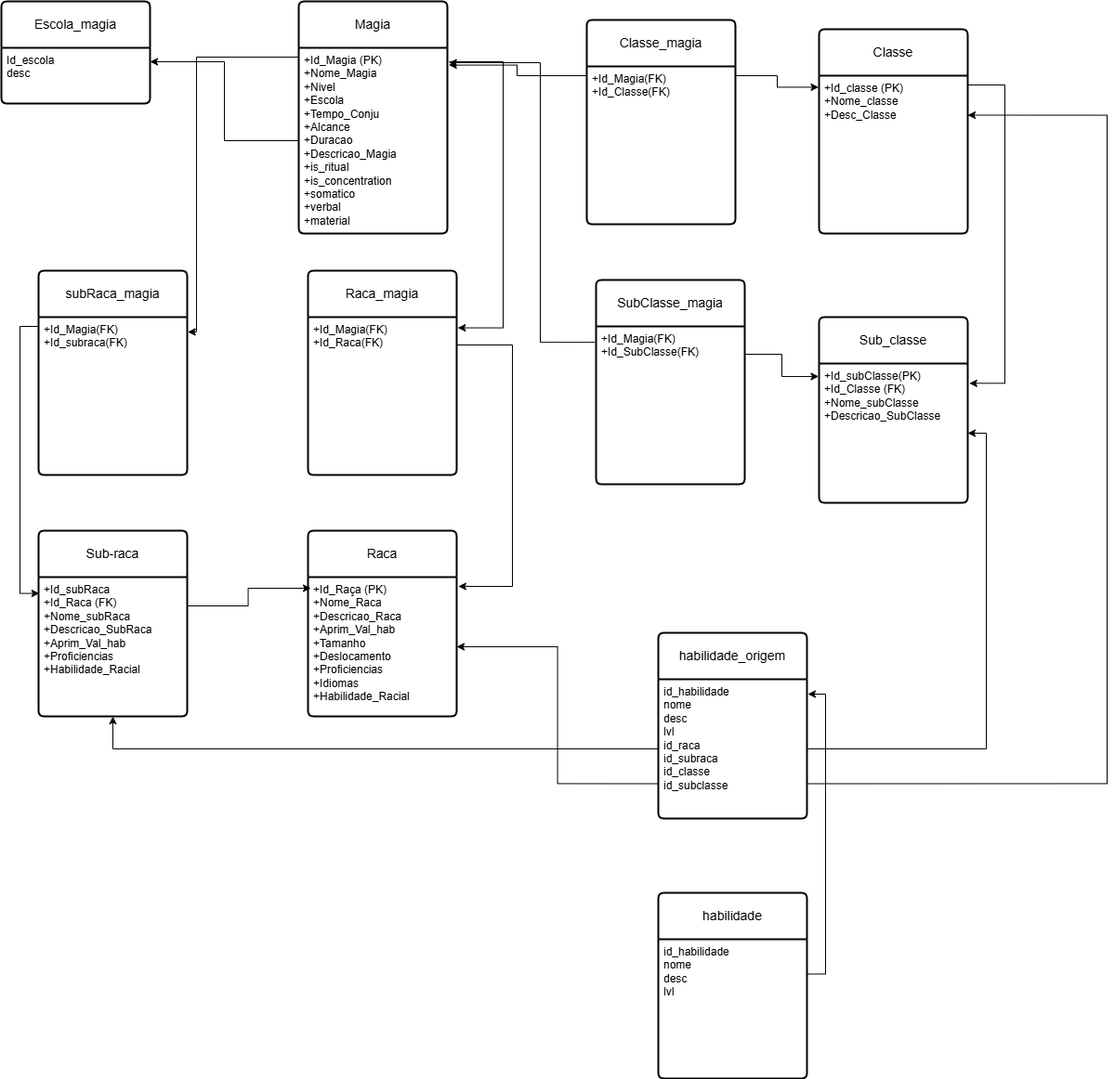
The draw.io diagram Projeto/magias.drawio.png in VitorFonseca123/DnD-RPG, before a commit. Source tidied: cells renumbered, new cells last; positions are measured from the earlier drawing's top-left corner, leaving out a move shared by most shapes.
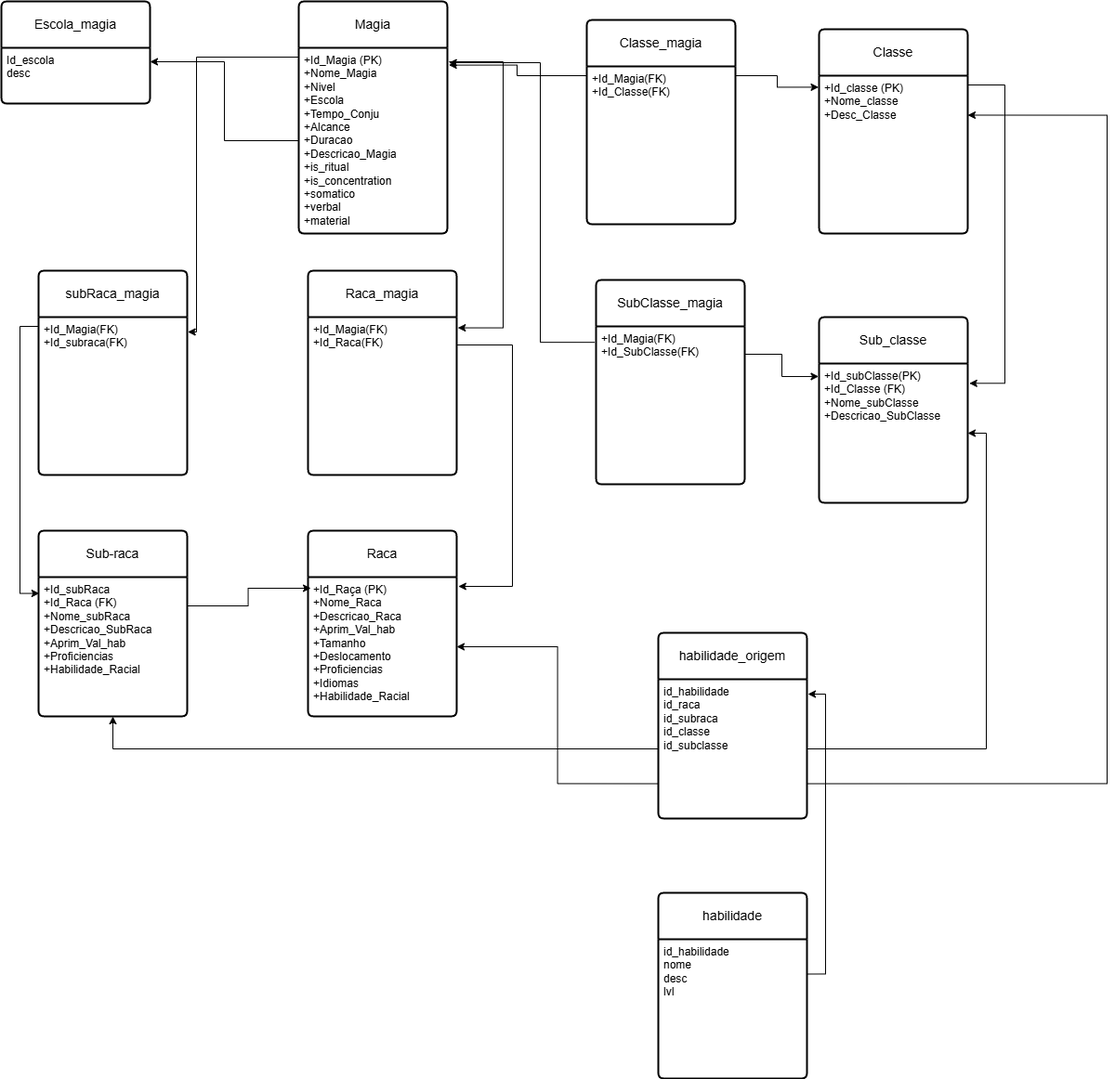
The same diagram one commit later.

Change to the diagram source:
```diff
@@ -152,7 +152,7 @@
     <mxCell id="35" value="habilidade_origem" style="swimlane;horizontal=1;startSize=50;rounded=1;fontSize=14;fontStyle=0;strokeWidth=2;shadow=0;dashed=0;align=center;arcSize=4;whiteSpace=wrap;html=1;rotation=0;points=[[0,0,0,0,0],[0,0.25,0,0,0],[0,0.5,0,0,0],[0,0.75,0,0,0],[0,1,0,0,0],[0.25,0,0,0,0],[0.25,1,0,0,0],[0.5,0,0,0,0],[0.5,1,0,0,0],[0.75,0,0,0,0],[0.75,1,0,0,0],[1,0,0,0,0],[1,0.25,0,0,0],[1,0.33,0,1,0],[1,0.38,0,1,0],[1,0.42,0,0,0],[1,0.49,0,0,0],[1,0.55,0,1,0],[1,0.75,0,0,0],[1,1,0,0,0]];" parent="1" vertex="1">
       <mxGeometry x="707" y="680" width="160" height="200" as="geometry" />
     </mxCell>
-    <mxCell id="36" value="id_habilidade&lt;div&gt;nome&lt;/div&gt;&lt;div&gt;desc&lt;/div&gt;&lt;div&gt;lvl&lt;/div&gt;&lt;div&gt;id_raca&lt;/div&gt;&lt;div&gt;id_subraca&lt;/div&gt;&lt;div&gt;id_classe&lt;/div&gt;&lt;div&gt;id_subclasse&lt;/div&gt;&lt;div&gt;&lt;br&gt;&lt;/div&gt;" style="align=left;strokeColor=none;fillColor=none;spacingLeft=4;spacingRight=4;fontSize=12;verticalAlign=top;html=1;whiteSpace=wrap;" parent="35" vertex="1">
+    <mxCell id="36" value="id_habilidade&lt;div&gt;id_raca&lt;/div&gt;&lt;div&gt;id_subraca&lt;/div&gt;&lt;div&gt;id_classe&lt;/div&gt;&lt;div&gt;id_subclasse&lt;/div&gt;&lt;div&gt;&lt;br&gt;&lt;/div&gt;" style="align=left;strokeColor=none;fillColor=none;spacingLeft=4;spacingRight=4;fontSize=12;verticalAlign=top;html=1;whiteSpace=wrap;" parent="35" vertex="1">
       <mxGeometry y="50" width="160" height="150" as="geometry" />
     </mxCell>
     <mxCell id="37" style="edgeStyle=orthogonalEdgeStyle;rounded=0;jettySize=auto;html=1;exitX=1;exitY=0.25;exitDx=0;exitDy=0;entryX=1;entryY=0.33;entryDx=1;entryDy=0;entryPerimeter=0;" parent="1" edge="1" source="34" target="35">
```
